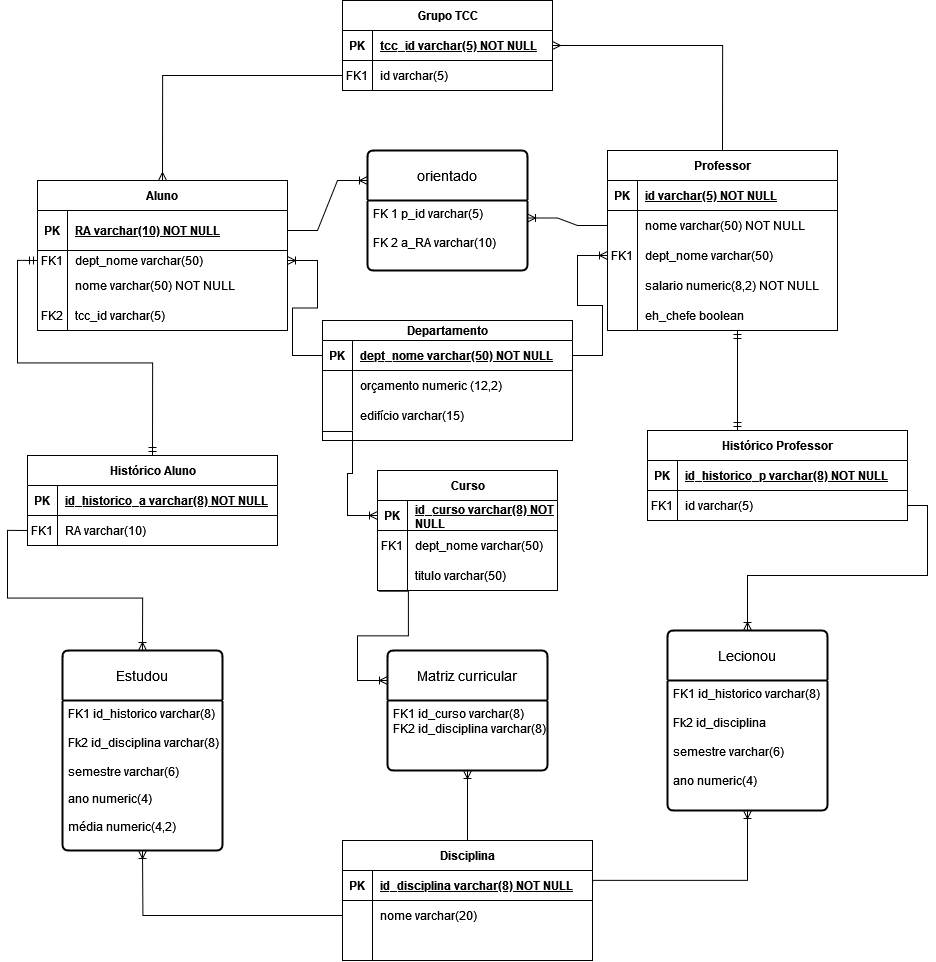
The draw.io diagram Modelo Relacional.png in AngeloGabriel-dev/Projeto-Banco-De-Dados, before a commit. Source tidied: cells renumbered, new cells last; positions are measured from the earlier drawing's top-left corner, leaving out a move shared by most shapes.
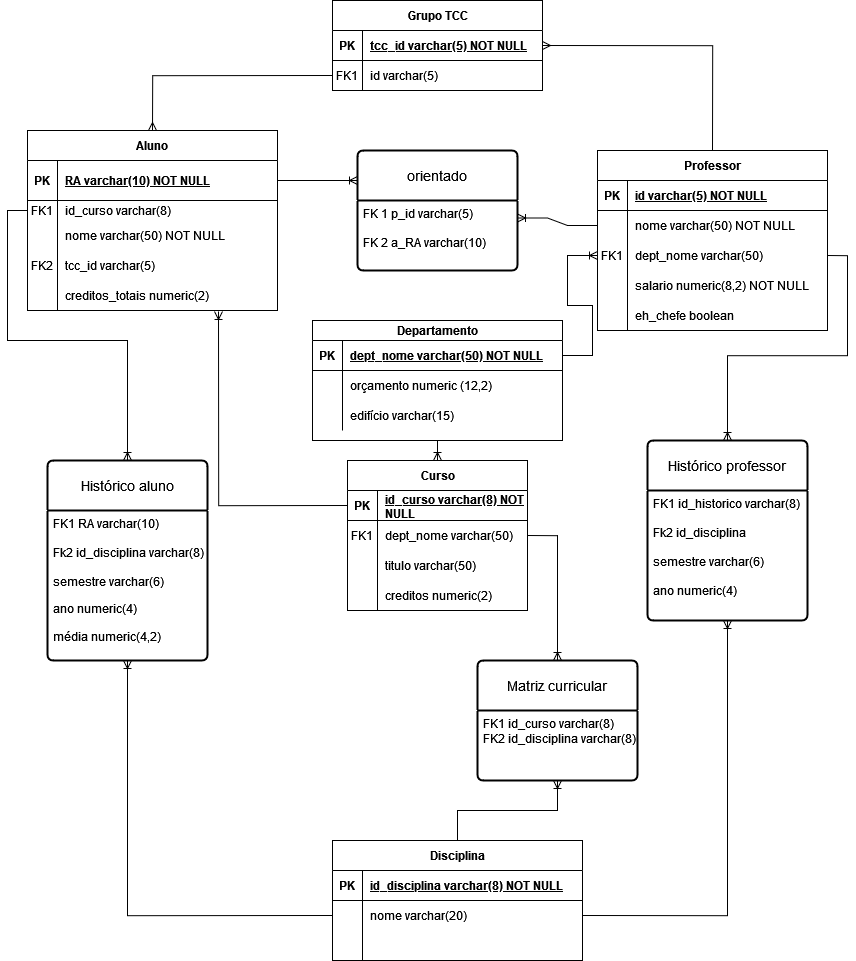
After the commit.

Change to the diagram source:
```diff
@@ -3,7 +3,7 @@
     <mxCell id="0" />
     <mxCell id="1" parent="0" />
     <mxCell id="2" value="Aluno" style="shape=table;startSize=30;rowLines=0;fontStyle=1;align=center;" parent="1" vertex="1">
-      <mxGeometry x="10" y="180" width="250" height="150" as="geometry" />
+      <mxGeometry x="10" y="130" width="250" height="180" as="geometry" />
     </mxCell>
     <mxCell id="3" style="shape=partialRectangle;fillColor=none;points=[[0,0.5],[1,0.5]];portConstraint=eastwest;top=0;left=0;right=0;bottom=1;" parent="2" vertex="1">
       <mxGeometry y="30" width="250" height="40" as="geometry" />
@@ -20,7 +20,7 @@
     <mxCell id="7" value="FK1" style="shape=partialRectangle;overflow=hidden;fillColor=none;top=0;left=0;bottom=0;right=0;" parent="6" vertex="1">
       <mxGeometry width="30" height="20" as="geometry" />
     </mxCell>
-    <mxCell id="8" value="dept_nome varchar(50)" style="shape=partialRectangle;overflow=hidden;fillColor=none;top=0;left=0;bottom=0;right=0;align=left;spacingLeft=6;" parent="6" vertex="1">
+    <mxCell id="8" value="id_curso varchar(8)" style="shape=partialRectangle;overflow=hidden;fillColor=none;top=0;left=0;bottom=0;right=0;align=left;spacingLeft=6;" parent="6" vertex="1">
       <mxGeometry x="30" width="220" height="20" as="geometry" />
     </mxCell>
     <mxCell id="9" style="shape=partialRectangle;fillColor=none;top=0;left=0;right=0;bottom=0;" parent="2" vertex="1">
@@ -41,6 +41,15 @@
     <mxCell id="14" value="tcc_id varchar(5)" style="shape=partialRectangle;overflow=hidden;fillColor=none;top=0;left=0;bottom=0;right=0;align=left;spacingLeft=6;" parent="12" vertex="1">
       <mxGeometry x="30" width="220" height="30" as="geometry" />
     </mxCell>
+    <mxCell id="110" style="shape=partialRectangle;fillColor=none;points=[[0,0.5],[1,0.5]];portConstraint=eastwest;top=0;left=0;right=0;bottom=0;" parent="2" vertex="1">
+      <mxGeometry y="150" width="250" height="30" as="geometry" />
+    </mxCell>
+    <mxCell id="111" style="shape=partialRectangle;overflow=hidden;fillColor=none;top=0;left=0;bottom=0;right=0;" parent="110" vertex="1">
+      <mxGeometry width="30" height="30" as="geometry" />
+    </mxCell>
+    <mxCell id="112" value="creditos_totais numeric(2)" style="shape=partialRectangle;overflow=hidden;fillColor=none;top=0;left=0;bottom=0;right=0;align=left;spacingLeft=6;" parent="110" vertex="1">
+      <mxGeometry x="30" width="220" height="30" as="geometry" />
+    </mxCell>
     <mxCell id="15" value="orientado" style="swimlane;horizontal=1;startSize=50;rounded=1;fontSize=14;fontStyle=0;strokeWidth=2;shadow=0;dashed=0;align=center;arcSize=4;whiteSpace=wrap;html=1;" parent="1" vertex="1">
       <mxGeometry x="340" y="150" width="160" height="120" as="geometry" />
     </mxCell>
@@ -107,6 +116,9 @@
     <mxCell id="36" style="edgeStyle=entityRelationEdgeStyle;fontSize=12;html=1;endArrow=ERoneToMany;rounded=0;exitX=0;exitY=0.5;exitDx=0;exitDy=0;entryX=1;entryY=0.25;entryDx=0;entryDy=0;" parent="1" edge="1" source="24" target="16">
       <mxGeometry relative="1" as="geometry" />
     </mxCell>
+    <mxCell id="113" style="edgeStyle=orthogonalEdgeStyle;rounded=0;jettySize=auto;html=1;exitX=0.5;exitY=1;exitDx=0;exitDy=0;entryX=0.5;entryY=0;entryDx=0;entryDy=0;endArrow=ERoneToMany;endFill=0;" parent="1" edge="1" source="37" target="49">
+      <mxGeometry relative="1" as="geometry" />
+    </mxCell>
     <mxCell id="37" value="Departamento" style="shape=table;startSize=20;rowLines=0;fontStyle=1;align=center;html=1;" parent="1" vertex="1">
       <mxGeometry x="295" y="320" width="250" height="120" as="geometry" />
     </mxCell>
@@ -137,14 +149,11 @@
     <mxCell id="46" value="edifício varchar(15)" style="shape=partialRectangle;fillColor=none;top=0;left=0;bottom=0;right=0;align=left;spacingLeft=6;overflow=hidden;whiteSpace=wrap;html=1;" parent="44" vertex="1">
       <mxGeometry x="30" width="220" height="30" as="geometry" />
     </mxCell>
-    <mxCell id="47" style="edgeStyle=entityRelationEdgeStyle;fontSize=12;html=1;endArrow=ERoneToMany;rounded=0;exitX=0;exitY=0.5;exitDx=0;exitDy=0;entryX=1;entryY=0.5;entryDx=0;entryDy=0;" parent="1" edge="1" source="38" target="6">
-      <mxGeometry relative="1" as="geometry" />
-    </mxCell>
     <mxCell id="48" style="edgeStyle=entityRelationEdgeStyle;fontSize=12;html=1;endArrow=ERoneToMany;rounded=0;exitX=1;exitY=0.5;exitDx=0;exitDy=0;entryX=0;entryY=0.5;entryDx=0;entryDy=0;" parent="1" edge="1" source="38" target="27">
       <mxGeometry relative="1" as="geometry" />
     </mxCell>
     <mxCell id="49" value="Curso" style="shape=table;startSize=30;rowLines=0;fontStyle=1;align=center;html=1;" parent="1" vertex="1">
-      <mxGeometry x="350" y="470" width="180" height="120" as="geometry" />
+      <mxGeometry x="330" y="460" width="180" height="150" as="geometry" />
     </mxCell>
     <mxCell id="50" style="shape=tableRow;horizontal=0;startSize=0;swimlaneHead=0;swimlaneBody=0;fillColor=none;points=[[0,0.5],[1,0.5]];portConstraint=eastwest;top=0;left=0;right=0;bottom=1;" parent="49" vertex="1">
       <mxGeometry y="30" width="180" height="30" as="geometry" />
@@ -173,9 +182,15 @@
     <mxCell id="58" value="titulo varchar(50)" style="shape=partialRectangle;fillColor=none;top=0;left=0;bottom=0;right=0;align=left;spacingLeft=6;overflow=hidden;whiteSpace=wrap;html=1;" parent="56" vertex="1">
       <mxGeometry x="30" width="150" height="30" as="geometry" />
     </mxCell>
-    <mxCell id="59" style="edgeStyle=entityRelationEdgeStyle;fontSize=12;html=1;endArrow=ERoneToMany;rounded=0;exitX=0;exitY=1.033;exitDx=0;exitDy=0;entryX=0;entryY=0.5;entryDx=0;entryDy=0;exitPerimeter=0;" parent="1" edge="1" source="44" target="50">
-      <mxGeometry relative="1" as="geometry" />
-    </mxCell>
+    <mxCell id="114" style="shape=tableRow;horizontal=0;startSize=0;swimlaneHead=0;swimlaneBody=0;fillColor=none;top=0;left=0;right=0;bottom=0;" parent="49" vertex="1">
+      <mxGeometry y="120" width="180" height="30" as="geometry" />
+    </mxCell>
+    <mxCell id="115" style="shape=partialRectangle;fillColor=none;top=0;left=0;bottom=0;right=0;overflow=hidden;whiteSpace=wrap;html=1;" parent="114" vertex="1">
+      <mxGeometry width="30" height="30" as="geometry" />
+    </mxCell>
+    <mxCell id="116" value="creditos numeric(2)" style="shape=partialRectangle;fillColor=none;top=0;left=0;bottom=0;right=0;align=left;spacingLeft=6;overflow=hidden;whiteSpace=wrap;html=1;" parent="114" vertex="1">
+      <mxGeometry x="30" width="150" height="30" as="geometry" />
+    </mxCell>
     <mxCell id="60" style="edgeStyle=orthogonalEdgeStyle;rounded=0;jettySize=auto;html=1;exitX=0.5;exitY=0;exitDx=0;exitDy=0;entryX=0.5;entryY=1;entryDx=0;entryDy=0;endArrow=ERoneToMany;endFill=0;" parent="1" edge="1" source="61" target="72">
       <mxGeometry relative="1" as="geometry" />
     </mxCell>
@@ -210,21 +225,15 @@
       <mxGeometry x="30" width="220" height="30" as="geometry" />
     </mxCell>
     <mxCell id="71" value="Matriz curricular" style="swimlane;horizontal=1;startSize=50;rounded=1;fontSize=14;fontStyle=0;strokeWidth=2;shadow=0;dashed=0;align=center;arcSize=4;whiteSpace=wrap;html=1;" parent="1" vertex="1">
-      <mxGeometry x="360" y="650" width="160" height="120" as="geometry" />
+      <mxGeometry x="460" y="660" width="160" height="120" as="geometry" />
     </mxCell>
     <mxCell id="72" value="FK1 id_curso varchar(8)&lt;div&gt;FK2 id_disciplina varchar(8)&lt;/div&gt;" style="align=left;strokeColor=none;fillColor=none;spacingLeft=4;fontSize=12;verticalAlign=top;html=1;" parent="71" vertex="1">
       <mxGeometry y="50" width="160" height="70" as="geometry" />
     </mxCell>
-    <mxCell id="73" style="edgeStyle=entityRelationEdgeStyle;fontSize=12;html=1;endArrow=ERoneToMany;rounded=0;entryX=0;entryY=0.25;entryDx=0;entryDy=0;exitX=0.005;exitY=1.023;exitDx=0;exitDy=0;exitPerimeter=0;" parent="1" edge="1" source="56" target="71">
-      <mxGeometry relative="1" as="geometry" />
-    </mxCell>
-    <mxCell id="74" style="edgeStyle=orthogonalEdgeStyle;rounded=0;jettySize=auto;html=1;exitX=0;exitY=0.5;exitDx=0;exitDy=0;entryX=0.5;entryY=0;entryDx=0;entryDy=0;endArrow=ERmandOne;endFill=0;startArrow=ERmandOne;startFill=0;" parent="1" edge="1" source="6" target="81">
-      <mxGeometry relative="1" as="geometry" />
-    </mxCell>
-    <mxCell id="75" value="Estudou" style="swimlane;horizontal=1;startSize=50;rounded=1;fontSize=14;fontStyle=0;strokeWidth=2;shadow=0;dashed=0;align=center;arcSize=4;whiteSpace=wrap;html=1;" parent="1" vertex="1">
-      <mxGeometry x="35" y="650" width="160" height="200" as="geometry" />
+    <mxCell id="75" value="Histórico aluno" style="swimlane;horizontal=1;startSize=50;rounded=1;fontSize=14;fontStyle=0;strokeWidth=2;shadow=0;dashed=0;align=center;arcSize=4;whiteSpace=wrap;html=1;" parent="1" vertex="1">
+      <mxGeometry x="30" y="460" width="160" height="200" as="geometry" />
     </mxCell>
-    <mxCell id="76" value="FK1 id_historico varchar(8)&lt;div&gt;&lt;br&gt;&lt;div&gt;Fk2 id_disciplina varchar(8)&lt;/div&gt;&lt;/div&gt;&lt;div&gt;&lt;br&gt;&lt;/div&gt;&lt;div&gt;semestre varchar(6)&lt;/div&gt;" style="align=left;strokeColor=none;fillColor=none;spacingLeft=4;fontSize=12;verticalAlign=top;html=1;" parent="75" vertex="1">
+    <mxCell id="76" value="FK1 RA varchar(10)&lt;div&gt;&lt;br&gt;&lt;div&gt;Fk2 id_disciplina varchar(8)&lt;/div&gt;&lt;/div&gt;&lt;div&gt;&lt;br&gt;&lt;/div&gt;&lt;div&gt;semestre varchar(6)&lt;/div&gt;" style="align=left;strokeColor=none;fillColor=none;spacingLeft=4;fontSize=12;verticalAlign=top;html=1;" parent="75" vertex="1">
       <mxGeometry y="50" width="160" height="70" as="geometry" />
     </mxCell>
     <mxCell id="77" value="&lt;div&gt;&lt;br&gt;&lt;/div&gt;&lt;div&gt;ano numeric(4)&lt;/div&gt;&lt;div&gt;&lt;br&gt;&lt;/div&gt;&lt;div&gt;média numeric(4,2)&lt;/div&gt;" style="align=left;strokeColor=none;fillColor=none;spacingLeft=4;fontSize=12;verticalAlign=top;html=1;" parent="75" vertex="1">
@@ -239,79 +248,15 @@
     <mxCell id="80" style="align=left;strokeColor=none;fillColor=none;spacingLeft=4;fontSize=12;verticalAlign=top;html=1;" parent="75" vertex="1">
       <mxGeometry y="150" width="160" height="50" as="geometry" />
     </mxCell>
-    <mxCell id="81" value="Histórico Aluno" style="shape=table;startSize=30;rowLines=0;fontStyle=1;align=center;html=1;" parent="1" vertex="1">
-      <mxGeometry y="455" width="250" height="90" as="geometry" />
-    </mxCell>
-    <mxCell id="82" style="shape=tableRow;horizontal=0;startSize=0;swimlaneHead=0;swimlaneBody=0;fillColor=none;top=0;left=0;right=0;bottom=1;" parent="81" vertex="1">
-      <mxGeometry y="30" width="250" height="30" as="geometry" />
-    </mxCell>
-    <mxCell id="83" value="PK" style="shape=partialRectangle;fillColor=none;top=0;left=0;bottom=0;right=0;fontStyle=1;overflow=hidden;whiteSpace=wrap;html=1;" parent="82" vertex="1">
-      <mxGeometry width="30" height="30" as="geometry" />
-    </mxCell>
-    <mxCell id="84" value="id_historico_a varchar(8) NOT NULL" style="shape=partialRectangle;fillColor=none;top=0;left=0;bottom=0;right=0;align=left;spacingLeft=6;fontStyle=5;overflow=hidden;whiteSpace=wrap;html=1;" parent="82" vertex="1">
-      <mxGeometry x="30" width="220" height="30" as="geometry" />
-    </mxCell>
-    <mxCell id="85" style="shape=tableRow;horizontal=0;startSize=0;swimlaneHead=0;swimlaneBody=0;fillColor=none;points=[[0,0.5],[1,0.5]];portConstraint=eastwest;top=0;left=0;right=0;bottom=0;" parent="81" vertex="1">
-      <mxGeometry y="60" width="250" height="30" as="geometry" />
-    </mxCell>
-    <mxCell id="86" value="FK1" style="shape=partialRectangle;fillColor=none;top=0;left=0;bottom=0;right=0;overflow=hidden;whiteSpace=wrap;html=1;" parent="85" vertex="1">
-      <mxGeometry width="30" height="30" as="geometry" />
-    </mxCell>
-    <mxCell id="87" value="RA varchar(10)" style="shape=partialRectangle;fillColor=none;top=0;left=0;bottom=0;right=0;align=left;spacingLeft=6;overflow=hidden;whiteSpace=wrap;html=1;" parent="85" vertex="1">
-      <mxGeometry x="30" width="220" height="30" as="geometry" />
-    </mxCell>
-    <mxCell id="88" style="edgeStyle=orthogonalEdgeStyle;rounded=0;jettySize=auto;html=1;entryX=0;entryY=0.5;entryDx=0;entryDy=0;endArrow=none;endFill=0;startArrow=ERoneToMany;startFill=0;exitX=0.5;exitY=1;exitDx=0;exitDy=0;" parent="1" edge="1" target="65">
-      <mxGeometry relative="1" as="geometry">
-        <mxPoint x="115" y="850" as="sourcePoint" />
-      </mxGeometry>
+    <mxCell id="88" style="edgeStyle=orthogonalEdgeStyle;rounded=0;jettySize=auto;html=1;entryX=0;entryY=0.5;entryDx=0;entryDy=0;endArrow=none;endFill=0;startArrow=ERoneToMany;startFill=0;exitX=0.5;exitY=1;exitDx=0;exitDy=0;" parent="1" edge="1" source="80" target="65">
+      <mxGeometry relative="1" as="geometry" />
     </mxCell>
-    <mxCell id="89" style="edgeStyle=orthogonalEdgeStyle;rounded=0;jettySize=auto;html=1;exitX=0;exitY=0.5;exitDx=0;exitDy=0;entryX=0.5;entryY=0;entryDx=0;entryDy=0;endArrow=ERoneToMany;endFill=0;" parent="1" edge="1" source="85" target="75">
-      <mxGeometry relative="1" as="geometry" />
-    </mxCell>
-    <mxCell id="90" value="Lecionou" style="swimlane;horizontal=1;startSize=50;rounded=1;fontSize=14;fontStyle=0;strokeWidth=2;shadow=0;dashed=0;align=center;arcSize=4;whiteSpace=wrap;html=1;" parent="1" vertex="1">
-      <mxGeometry x="640" y="630" width="160" height="180" as="geometry" />
+    <mxCell id="90" value="Histórico professor" style="swimlane;horizontal=1;startSize=50;rounded=1;fontSize=14;fontStyle=0;strokeWidth=2;shadow=0;dashed=0;align=center;arcSize=4;whiteSpace=wrap;html=1;" parent="1" vertex="1">
+      <mxGeometry x="630" y="440" width="160" height="180" as="geometry" />
     </mxCell>
     <mxCell id="91" value="FK1 id_historico varchar(8)&lt;div&gt;&lt;br&gt;&lt;div&gt;Fk2 id_disciplina&lt;/div&gt;&lt;/div&gt;&lt;div&gt;&lt;br&gt;&lt;/div&gt;&lt;div&gt;semestre varchar(6)&lt;/div&gt;&lt;div&gt;&lt;br&gt;&lt;/div&gt;&lt;div&gt;ano numeric(4)&lt;/div&gt;" style="align=left;strokeColor=none;fillColor=none;spacingLeft=4;fontSize=12;verticalAlign=top;html=1;" parent="90" vertex="1">
       <mxGeometry y="50" width="160" height="130" as="geometry" />
     </mxCell>
-    <mxCell id="92" style="edgeStyle=orthogonalEdgeStyle;rounded=0;jettySize=auto;html=1;exitX=0.5;exitY=1;exitDx=0;exitDy=0;entryX=1;entryY=0.5;entryDx=0;entryDy=0;endArrow=none;endFill=0;startArrow=ERoneToMany;startFill=0;" parent="1" edge="1" source="91" target="62">
-      <mxGeometry relative="1" as="geometry">
-        <Array as="points">
-          <mxPoint x="720" y="880" />
-          <mxPoint x="565" y="880" />
-        </Array>
-      </mxGeometry>
-    </mxCell>
-    <mxCell id="93" style="edgeStyle=orthogonalEdgeStyle;rounded=0;orthogonalLoop=1;jettySize=auto;html=1;entryX=0.5;entryY=0;entryDx=0;entryDy=0;endArrow=ERmandOne;endFill=0;startArrow=ERmandOne;startFill=0;" parent="1" edge="1">
-      <mxGeometry relative="1" as="geometry">
-        <mxPoint x="710" y="330" as="sourcePoint" />
-        <mxPoint x="710" y="430" as="targetPoint" />
-      </mxGeometry>
-    </mxCell>
-    <mxCell id="94" value="Histórico Professor" style="shape=table;startSize=30;rowLines=0;fontStyle=1;align=center;html=1;" parent="1" vertex="1">
-      <mxGeometry x="620" y="430" width="260" height="90" as="geometry" />
-    </mxCell>
-    <mxCell id="95" style="shape=tableRow;horizontal=0;startSize=0;swimlaneHead=0;swimlaneBody=0;fillColor=none;top=0;left=0;right=0;bottom=1;" parent="94" vertex="1">
-      <mxGeometry y="30" width="260" height="30" as="geometry" />
-    </mxCell>
-    <mxCell id="96" value="PK" style="shape=partialRectangle;fillColor=none;top=0;left=0;bottom=0;right=0;fontStyle=1;overflow=hidden;whiteSpace=wrap;html=1;" parent="95" vertex="1">
-      <mxGeometry width="30" height="30" as="geometry" />
-    </mxCell>
-    <mxCell id="97" value="id_historico_p varchar(8) NOT NULL" style="shape=partialRectangle;fillColor=none;top=0;left=0;bottom=0;right=0;align=left;spacingLeft=6;fontStyle=5;overflow=hidden;whiteSpace=wrap;html=1;" parent="95" vertex="1">
-      <mxGeometry x="30" width="230" height="30" as="geometry" />
-    </mxCell>
-    <mxCell id="98" style="shape=tableRow;horizontal=0;startSize=0;swimlaneHead=0;swimlaneBody=0;fillColor=none;points=[[0,0.5],[1,0.5]];portConstraint=eastwest;top=0;left=0;right=0;bottom=0;" parent="94" vertex="1">
-      <mxGeometry y="60" width="260" height="30" as="geometry" />
-    </mxCell>
-    <mxCell id="99" value="FK1" style="shape=partialRectangle;fillColor=none;top=0;left=0;bottom=0;right=0;overflow=hidden;whiteSpace=wrap;html=1;" parent="98" vertex="1">
-      <mxGeometry width="30" height="30" as="geometry" />
-    </mxCell>
-    <mxCell id="100" value="id varchar(5)" style="shape=partialRectangle;fillColor=none;top=0;left=0;bottom=0;right=0;align=left;spacingLeft=6;overflow=hidden;whiteSpace=wrap;html=1;" parent="98" vertex="1">
-      <mxGeometry x="30" width="230" height="30" as="geometry" />
-    </mxCell>
-    <mxCell id="101" style="edgeStyle=orthogonalEdgeStyle;rounded=0;jettySize=auto;html=1;exitX=1;exitY=0.5;exitDx=0;exitDy=0;entryX=0.5;entryY=0;entryDx=0;entryDy=0;endArrow=ERoneToMany;endFill=0;" parent="1" edge="1" source="98" target="90">
-      <mxGeometry relative="1" as="geometry" />
-    </mxCell>
     <mxCell id="102" value="Grupo TCC" style="shape=table;startSize=30;rowLines=0;fontStyle=1;align=center;html=1;" parent="1" vertex="1">
       <mxGeometry x="315" width="210" height="90" as="geometry" />
     </mxCell>
@@ -336,5 +281,20 @@
     <mxCell id="109" style="edgeStyle=orthogonalEdgeStyle;rounded=0;jettySize=auto;html=1;exitX=0;exitY=0.5;exitDx=0;exitDy=0;entryX=0.5;entryY=0;entryDx=0;entryDy=0;endArrow=ERmany;endFill=0;" parent="1" edge="1" source="106" target="2">
       <mxGeometry relative="1" as="geometry" />
     </mxCell>
+    <mxCell id="117" style="edgeStyle=orthogonalEdgeStyle;rounded=0;jettySize=auto;html=1;exitX=0;exitY=0.5;exitDx=0;exitDy=0;entryX=0.5;entryY=0;entryDx=0;entryDy=0;endArrow=ERoneToMany;endFill=0;" parent="1" edge="1" source="6" target="75">
+      <mxGeometry relative="1" as="geometry" />
+    </mxCell>
+    <mxCell id="118" style="edgeStyle=orthogonalEdgeStyle;rounded=0;jettySize=auto;html=1;exitX=1;exitY=0.5;exitDx=0;exitDy=0;entryX=0.5;entryY=0;entryDx=0;entryDy=0;endArrow=ERoneToMany;endFill=0;" parent="1" edge="1" source="27" target="90">
+      <mxGeometry relative="1" as="geometry" />
+    </mxCell>
+    <mxCell id="119" style="edgeStyle=orthogonalEdgeStyle;rounded=0;jettySize=auto;html=1;exitX=1;exitY=0.5;exitDx=0;exitDy=0;entryX=0.5;entryY=1;entryDx=0;entryDy=0;endArrow=ERoneToMany;endFill=0;" parent="1" edge="1" source="65" target="91">
+      <mxGeometry relative="1" as="geometry" />
+    </mxCell>
+    <mxCell id="120" style="edgeStyle=orthogonalEdgeStyle;rounded=0;jettySize=auto;html=1;exitX=1;exitY=0.5;exitDx=0;exitDy=0;entryX=0.5;entryY=0;entryDx=0;entryDy=0;endArrow=ERoneToMany;endFill=0;" parent="1" edge="1" source="53" target="71">
+      <mxGeometry relative="1" as="geometry" />
+    </mxCell>
+    <mxCell id="121" style="edgeStyle=orthogonalEdgeStyle;rounded=0;jettySize=auto;html=1;exitX=0;exitY=0.5;exitDx=0;exitDy=0;entryX=0.764;entryY=1.033;entryDx=0;entryDy=0;entryPerimeter=0;endArrow=ERoneToMany;endFill=0;" parent="1" edge="1" source="50" target="110">
+      <mxGeometry relative="1" as="geometry" />
+    </mxCell>
   </root>
 </mxGraphModel>
```
